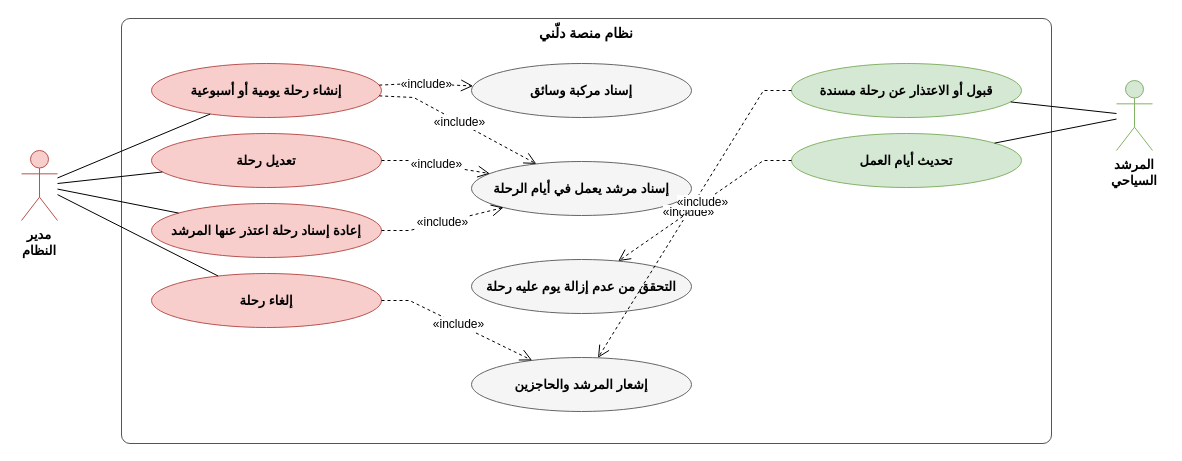
This is مخططات_التحليل_drawio/uc05_trips.drawio from masara-prog/Delni-project, a draw.io file, before an edit. Source tidied: cells renumbered, new cells numbered last; positions are measured from the earlier drawing's top-left corner, leaving out a move shared by most shapes. Both pictures are drawn from the tidied source at 100%, with x=0, y=0 at pixel (21, 18).
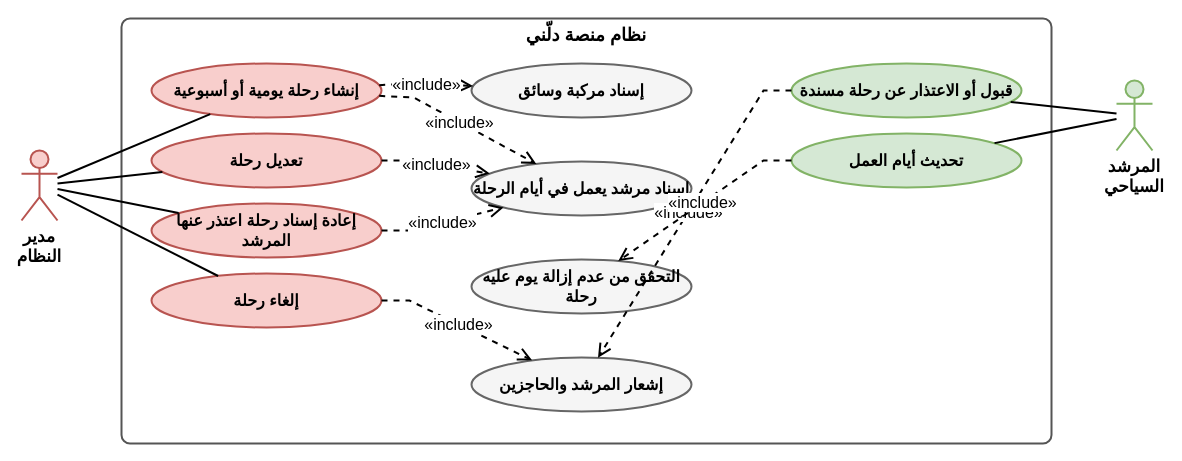
After the change.

The edit, as a diff of the source:
```diff
@@
-    <mxCell id="2" value="إنشاء رحلة يومية أو أسبوعية" style="ellipse;html=1;whiteSpace=wrap;fontFamily=Arial;fontSize=13;fontStyle=1;fillColor=#f8cecc;strokeColor=#b85450;" parent="1" vertex="1">
+    <mxCell id="2" value="إنشاء رحلة يومية أو أسبوعية" style="ellipse;html=1;whiteSpace=wrap;fontFamily=Arial;fontSize=16;fontStyle=1;fillColor=#f8cecc;strokeColor=#b85450;strokeWidth=2;" parent="1" vertex="1">
       <mxGeometry x="130" y="45" width="230" height="54" as="geometry" />
     </mxCell>
-    <mxCell id="3" value="تعديل رحلة" style="ellipse;html=1;whiteSpace=wrap;fontFamily=Arial;fontSize=13;fontStyle=1;fillColor=#f8cecc;strokeColor=#b85450;" parent="1" vertex="1">
+    <mxCell id="3" value="تعديل رحلة" style="ellipse;html=1;whiteSpace=wrap;fontFamily=Arial;fontSize=16;fontStyle=1;fillColor=#f8cecc;strokeColor=#b85450;strokeWidth=2;" parent="1" vertex="1">
       <mxGeometry x="130" y="115" width="230" height="54" as="geometry" />
     </mxCell>
-    <mxCell id="4" value="إعادة إسناد رحلة اعتذر عنها المرشد" style="ellipse;html=1;whiteSpace=wrap;fontFamily=Arial;fontSize=13;fontStyle=1;fillColor=#f8cecc;strokeColor=#b85450;" parent="1" vertex="1">
+    <mxCell id="4" value="إعادة إسناد رحلة اعتذر عنها المرشد" style="ellipse;html=1;whiteSpace=wrap;fontFamily=Arial;fontSize=16;fontStyle=1;fillColor=#f8cecc;strokeColor=#b85450;strokeWidth=2;" parent="1" vertex="1">
       <mxGeometry x="130" y="185" width="230" height="54" as="geometry" />
     </mxCell>
-    <mxCell id="5" value="إلغاء رحلة" style="ellipse;html=1;whiteSpace=wrap;fontFamily=Arial;fontSize=13;fontStyle=1;fillColor=#f8cecc;strokeColor=#b85450;" parent="1" vertex="1">
+    <mxCell id="5" value="إلغاء رحلة" style="ellipse;html=1;whiteSpace=wrap;fontFamily=Arial;fontSize=16;fontStyle=1;fillColor=#f8cecc;strokeColor=#b85450;strokeWidth=2;" parent="1" vertex="1">
       <mxGeometry x="130" y="255" width="230" height="54" as="geometry" />
     </mxCell>
-    <mxCell id="6" value="مدير النظام" style="shape=umlActor;verticalLabelPosition=bottom;verticalAlign=top;html=1;whiteSpace=wrap;fontFamily=Arial;fontSize=13;fontStyle=1;fillColor=#f8cecc;strokeColor=#b85450;" parent="1" vertex="1">
+    <mxCell id="6" value="مدير النظام" style="shape=umlActor;verticalLabelPosition=bottom;verticalAlign=top;html=1;whiteSpace=wrap;fontFamily=Arial;fontSize=17;fontStyle=1;fillColor=#f8cecc;strokeColor=#b85450;strokeWidth=2;" parent="1" vertex="1">
       <mxGeometry y="132" width="36" height="70" as="geometry" />
     </mxCell>
-    <mxCell id="7" value="قبول أو الاعتذار عن رحلة مسندة" style="ellipse;html=1;whiteSpace=wrap;fontFamily=Arial;fontSize=13;fontStyle=1;fillColor=#d5e8d4;strokeColor=#82b366;" parent="1" vertex="1">
+    <mxCell id="7" value="قبول أو الاعتذار عن رحلة مسندة" style="ellipse;html=1;whiteSpace=wrap;fontFamily=Arial;fontSize=16;fontStyle=1;fillColor=#d5e8d4;strokeColor=#82b366;strokeWidth=2;" parent="1" vertex="1">
       <mxGeometry x="770" y="45" width="230" height="54" as="geometry" />
     </mxCell>
-    <mxCell id="8" value="تحديث أيام العمل" style="ellipse;html=1;whiteSpace=wrap;fontFamily=Arial;fontSize=13;fontStyle=1;fillColor=#d5e8d4;strokeColor=#82b366;" parent="1" vertex="1">
+    <mxCell id="8" value="تحديث أيام العمل" style="ellipse;html=1;whiteSpace=wrap;fontFamily=Arial;fontSize=16;fontStyle=1;fillColor=#d5e8d4;strokeColor=#82b366;strokeWidth=2;" parent="1" vertex="1">
       <mxGeometry x="770" y="115" width="230" height="54" as="geometry" />
     </mxCell>
-    <mxCell id="9" value="المرشد السياحي" style="shape=umlActor;verticalLabelPosition=bottom;verticalAlign=top;html=1;whiteSpace=wrap;fontFamily=Arial;fontSize=13;fontStyle=1;fillColor=#d5e8d4;strokeColor=#82b366;" parent="1" vertex="1">
+    <mxCell id="9" value="المرشد السياحي" style="shape=umlActor;verticalLabelPosition=bottom;verticalAlign=top;html=1;whiteSpace=wrap;fontFamily=Arial;fontSize=17;fontStyle=1;fillColor=#d5e8d4;strokeColor=#82b366;strokeWidth=2;" parent="1" vertex="1">
       <mxGeometry x="1095" y="62" width="36" height="70" as="geometry" />
     </mxCell>
-    <mxCell id="10" value="إسناد مركبة وسائق" style="ellipse;html=1;whiteSpace=wrap;fontFamily=Arial;fontSize=13;fontStyle=1;fillColor=#f5f5f5;strokeColor=#666666;" parent="1" vertex="1">
+    <mxCell id="10" value="إسناد مركبة وسائق" style="ellipse;html=1;whiteSpace=wrap;fontFamily=Arial;fontSize=16;fontStyle=1;fillColor=#f5f5f5;strokeColor=#666666;strokeWidth=2;" parent="1" vertex="1">
       <mxGeometry x="450" y="45" width="220" height="54" as="geometry" />
     </mxCell>
-    <mxCell id="11" value="إسناد مرشد يعمل في أيام الرحلة" style="ellipse;html=1;whiteSpace=wrap;fontFamily=Arial;fontSize=13;fontStyle=1;fillColor=#f5f5f5;strokeColor=#666666;" parent="1" vertex="1">
+    <mxCell id="11" value="إسناد مرشد يعمل في أيام الرحلة" style="ellipse;html=1;whiteSpace=wrap;fontFamily=Arial;fontSize=16;fontStyle=1;fillColor=#f5f5f5;strokeColor=#666666;strokeWidth=2;" parent="1" vertex="1">
       <mxGeometry x="450" y="143" width="220" height="54" as="geometry" />
     </mxCell>
-    <mxCell id="12" value="التحقق من عدم إزالة يوم عليه رحلة" style="ellipse;html=1;whiteSpace=wrap;fontFamily=Arial;fontSize=13;fontStyle=1;fillColor=#f5f5f5;strokeColor=#666666;" parent="1" vertex="1">
+    <mxCell id="12" value="التحقق من عدم إزالة يوم عليه رحلة" style="ellipse;html=1;whiteSpace=wrap;fontFamily=Arial;fontSize=16;fontStyle=1;fillColor=#f5f5f5;strokeColor=#666666;strokeWidth=2;" parent="1" vertex="1">
       <mxGeometry x="450" y="241" width="220" height="54" as="geometry" />
     </mxCell>
-    <mxCell id="13" value="إشعار المرشد والحاجزين" style="ellipse;html=1;whiteSpace=wrap;fontFamily=Arial;fontSize=13;fontStyle=1;fillColor=#f5f5f5;strokeColor=#666666;" parent="1" vertex="1">
+    <mxCell id="13" value="إشعار المرشد والحاجزين" style="ellipse;html=1;whiteSpace=wrap;fontFamily=Arial;fontSize=16;fontStyle=1;fillColor=#f5f5f5;strokeColor=#666666;strokeWidth=2;" parent="1" vertex="1">
       <mxGeometry x="450" y="339" width="220" height="54" as="geometry" />
     </mxCell>
-    <mxCell id="14" value="نظام منصة دلّني" style="rounded=1;arcSize=2;verticalAlign=top;fillColor=none;html=1;whiteSpace=wrap;fontFamily=Arial;fontSize=14;fontStyle=1;strokeColor=#555555;" parent="1" vertex="1">
+    <mxCell id="14" value="نظام منصة دلّني" style="rounded=1;arcSize=2;verticalAlign=top;fillColor=none;html=1;whiteSpace=wrap;fontFamily=Arial;fontSize=18;fontStyle=1;strokeColor=#555555;strokeWidth=2;" parent="1" vertex="1">
       <mxGeometry x="100" width="930" height="425" as="geometry" />
     </mxCell>
-    <mxCell id="15" style="endArrow=none;html=1;rounded=0;fontFamily=Arial;fontSize=12;labelBackgroundColor=#ffffff;" parent="1" edge="1" source="6" target="2">
+    <mxCell id="15" style="endArrow=none;html=1;rounded=0;fontFamily=Arial;fontSize=16;labelBackgroundColor=#ffffff;strokeWidth=2;" parent="1" edge="1" source="6" target="2">
       <mxGeometry relative="1" as="geometry" />
     </mxCell>
-    <mxCell id="16" style="endArrow=none;html=1;rounded=0;fontFamily=Arial;fontSize=12;labelBackgroundColor=#ffffff;" parent="1" edge="1" source="6" target="3">
+    <mxCell id="16" style="endArrow=none;html=1;rounded=0;fontFamily=Arial;fontSize=16;labelBackgroundColor=#ffffff;strokeWidth=2;" parent="1" edge="1" source="6" target="3">
       <mxGeometry relative="1" as="geometry" />
     </mxCell>
-    <mxCell id="17" style="endArrow=none;html=1;rounded=0;fontFamily=Arial;fontSize=12;labelBackgroundColor=#ffffff;" parent="1" edge="1" source="6" target="4">
+    <mxCell id="17" style="endArrow=none;html=1;rounded=0;fontFamily=Arial;fontSize=16;labelBackgroundColor=#ffffff;strokeWidth=2;" parent="1" edge="1" source="6" target="4">
       <mxGeometry relative="1" as="geometry" />
     </mxCell>
-    <mxCell id="18" style="endArrow=none;html=1;rounded=0;fontFamily=Arial;fontSize=12;labelBackgroundColor=#ffffff;" parent="1" edge="1" source="6" target="5">
+    <mxCell id="18" style="endArrow=none;html=1;rounded=0;fontFamily=Arial;fontSize=16;labelBackgroundColor=#ffffff;strokeWidth=2;" parent="1" edge="1" source="6" target="5">
       <mxGeometry relative="1" as="geometry" />
     </mxCell>
-    <mxCell id="19" style="endArrow=none;html=1;rounded=0;fontFamily=Arial;fontSize=12;labelBackgroundColor=#ffffff;" parent="1" edge="1" source="9" target="7">
+    <mxCell id="19" style="endArrow=none;html=1;rounded=0;fontFamily=Arial;fontSize=16;labelBackgroundColor=#ffffff;strokeWidth=2;" parent="1" edge="1" source="9" target="7">
       <mxGeometry relative="1" as="geometry" />
     </mxCell>
-    <mxCell id="20" style="endArrow=none;html=1;rounded=0;fontFamily=Arial;fontSize=12;labelBackgroundColor=#ffffff;" parent="1" edge="1" source="9" target="8">
+    <mxCell id="20" style="endArrow=none;html=1;rounded=0;fontFamily=Arial;fontSize=16;labelBackgroundColor=#ffffff;strokeWidth=2;" parent="1" edge="1" source="9" target="8">
       <mxGeometry relative="1" as="geometry" />
     </mxCell>
-    <mxCell id="21" value="«include»" style="dashed=1;endArrow=open;endSize=10;html=1;rounded=0;fontFamily=Arial;fontSize=12;labelBackgroundColor=#ffffff;" parent="1" edge="1" source="2" target="10">
+    <mxCell id="21" value="«include»" style="dashed=1;endArrow=open;endSize=10;html=1;rounded=0;fontFamily=Arial;fontSize=16;labelBackgroundColor=#ffffff;strokeWidth=2;" parent="1" edge="1" source="2" target="10">
       <mxGeometry relative="1" as="geometry">
         <Array as="points">
           <mxPoint x="392.2" y="65" />
         </Array>
       </mxGeometry>
     </mxCell>
-    <mxCell id="22" value="«include»" style="dashed=1;endArrow=open;endSize=10;html=1;rounded=0;fontFamily=Arial;fontSize=12;labelBackgroundColor=#ffffff;" parent="1" edge="1" source="2" target="11">
+    <mxCell id="22" value="«include»" style="dashed=1;endArrow=open;endSize=10;html=1;rounded=0;fontFamily=Arial;fontSize=16;labelBackgroundColor=#ffffff;strokeWidth=2;" parent="1" edge="1" source="2" target="11">
       <mxGeometry relative="1" as="geometry">
         <Array as="points">
           <mxPoint x="392.2" y="79" />
         </Array>
       </mxGeometry>
     </mxCell>
-    <mxCell id="23" value="«include»" style="dashed=1;endArrow=open;endSize=10;html=1;rounded=0;fontFamily=Arial;fontSize=12;labelBackgroundColor=#ffffff;" parent="1" edge="1" source="3" target="11">
+    <mxCell id="23" value="«include»" style="dashed=1;endArrow=open;endSize=10;html=1;rounded=0;fontFamily=Arial;fontSize=16;labelBackgroundColor=#ffffff;strokeWidth=2;" parent="1" edge="1" source="3" target="11">
       <mxGeometry relative="1" as="geometry">
         <Array as="points">
           <mxPoint x="388" y="142" />
         </Array>
       </mxGeometry>
     </mxCell>
-    <mxCell id="24" value="«include»" style="dashed=1;endArrow=open;endSize=10;html=1;rounded=0;fontFamily=Arial;fontSize=12;labelBackgroundColor=#ffffff;" parent="1" edge="1" source="4" target="11">
+    <mxCell id="24" value="«include»" style="dashed=1;endArrow=open;endSize=10;html=1;rounded=0;fontFamily=Arial;fontSize=16;labelBackgroundColor=#ffffff;strokeWidth=2;" parent="1" edge="1" source="4" target="11">
       <mxGeometry relative="1" as="geometry">
         <Array as="points">
           <mxPoint x="388" y="212" />
         </Array>
       </mxGeometry>
     </mxCell>
-    <mxCell id="25" value="«include»" style="dashed=1;endArrow=open;endSize=10;html=1;rounded=0;fontFamily=Arial;fontSize=12;labelBackgroundColor=#ffffff;" parent="1" edge="1" source="5" target="13">
+    <mxCell id="25" value="«include»" style="dashed=1;endArrow=open;endSize=10;html=1;rounded=0;fontFamily=Arial;fontSize=16;labelBackgroundColor=#ffffff;strokeWidth=2;" parent="1" edge="1" source="5" target="13">
       <mxGeometry relative="1" as="geometry">
         <Array as="points">
           <mxPoint x="388" y="282" />
         </Array>
       </mxGeometry>
     </mxCell>
-    <mxCell id="26" value="«include»" style="dashed=1;endArrow=open;endSize=10;html=1;rounded=0;fontFamily=Arial;fontSize=12;labelBackgroundColor=#ffffff;" parent="1" edge="1" source="7" target="13">
+    <mxCell id="26" value="«include»" style="dashed=1;endArrow=open;endSize=10;html=1;rounded=0;fontFamily=Arial;fontSize=16;labelBackgroundColor=#ffffff;strokeWidth=2;" parent="1" edge="1" source="7" target="13">
       <mxGeometry relative="1" as="geometry">
         <Array as="points">
           <mxPoint x="742" y="72" />
         </Array>
       </mxGeometry>
     </mxCell>
-    <mxCell id="27" value="«include»" style="dashed=1;endArrow=open;endSize=10;html=1;rounded=0;fontFamily=Arial;fontSize=12;labelBackgroundColor=#ffffff;" parent="1" edge="1" source="8" target="12">
+    <mxCell id="27" value="«include»" style="dashed=1;endArrow=open;endSize=10;html=1;rounded=0;fontFamily=Arial;fontSize=16;labelBackgroundColor=#ffffff;strokeWidth=2;" parent="1" edge="1" source="8" target="12">
       <mxGeometry relative="1" as="geometry">
         <Array as="points">
           <mxPoint x="742" y="142" />
         </Array>
       </mxGeometry>
     </mxCell>
```
